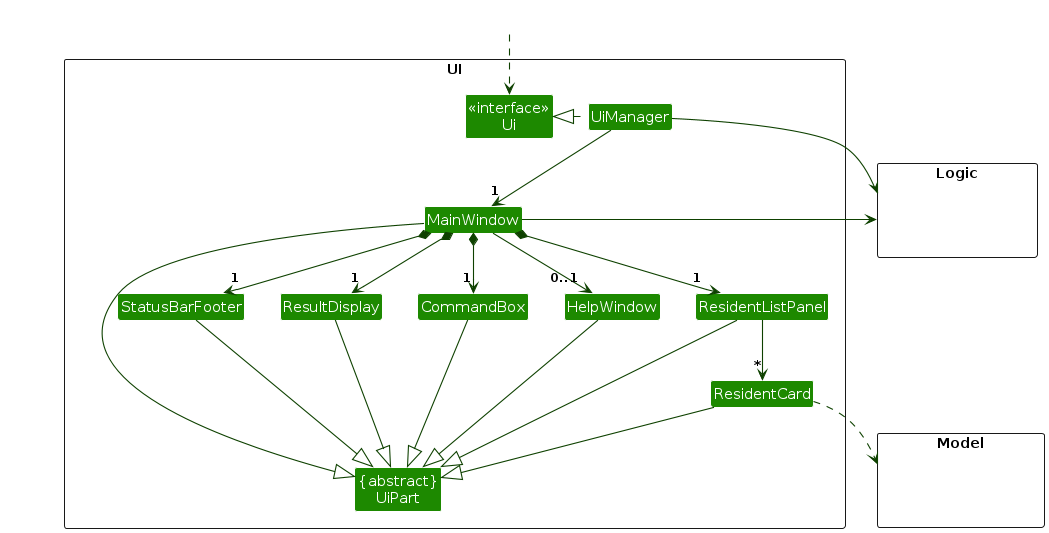
Before: diagrams/UiClassDiagram.png, a diagram exported from PlantUML (AY2526S2-CS2103-T11-4/tp). Its source is kept beside it as diagrams/UiClassDiagram.puml.
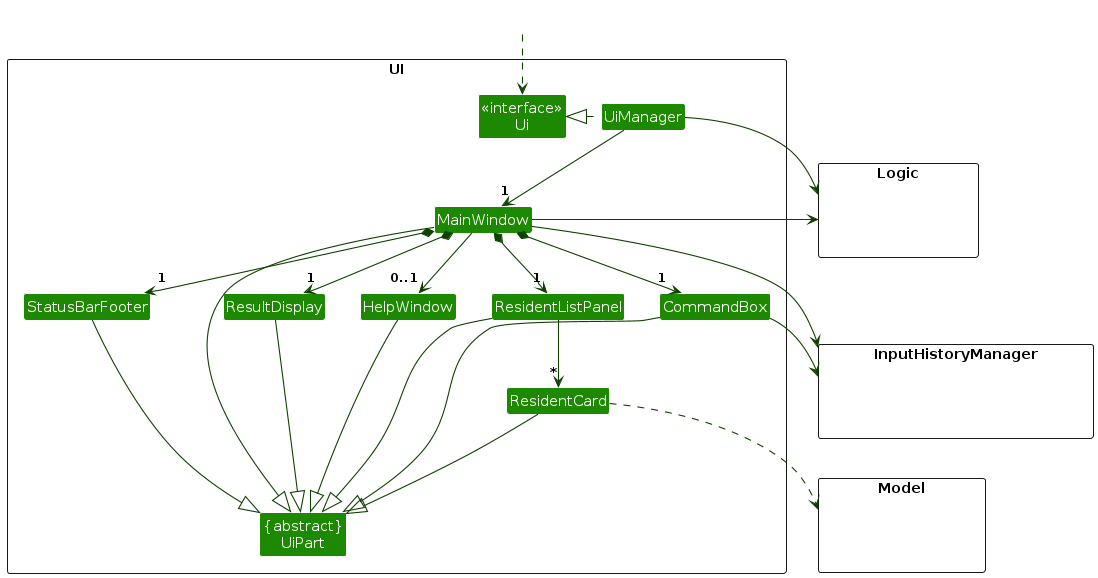
After the commit.

What changed in the source:
```diff
@@ -25,6 +25,10 @@
 Class HiddenLogic #FFFFFF
 }
 
+package InputHistoryManager <<Rectangle>> {
+Class HiddenInputHistoryManager #FFFFFF
+}
+
 Class HiddenOutside #FFFFFF
 HiddenOutside ..> Ui
 
@@ -50,6 +54,8 @@
 ResidentCard ..> Model
 UiManager -right-> Logic
 MainWindow -left-> Logic
+MainWindow -down-> InputHistoryManager
+CommandBox -down-> InputHistoryManager
 
 ResidentListPanel -[hidden]left- HelpWindow
 HelpWindow -[hidden]left- CommandBox
```
